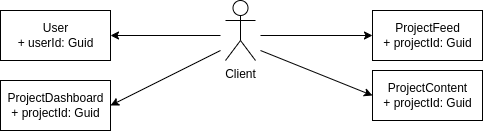
This is draw-io-files/ws-groups.png from RStolzlechner/bachelor-y-redux-socket, a draw.io export, as it was before one commit. Source tidied: cells renumbered, new cells last; positions are measured from the earlier drawing's top-left corner, leaving out a move shared by most shapes. Its diagram source:
```xml
<mxGraphModel>
  <root>
    <mxCell id="0" />
    <mxCell id="1" parent="0" />
    <mxCell id="2" style="edgeStyle=none;html=1;entryX=1;entryY=0.5;entryDx=0;entryDy=0;" parent="1" edge="1" target="6">
      <mxGeometry relative="1" as="geometry">
        <mxPoint x="220" y="35" as="sourcePoint" />
      </mxGeometry>
    </mxCell>
    <mxCell id="3" style="edgeStyle=none;html=1;entryX=1;entryY=0.5;entryDx=0;entryDy=0;" parent="1" edge="1" target="5">
      <mxGeometry relative="1" as="geometry">
        <mxPoint x="220" y="50" as="sourcePoint" />
      </mxGeometry>
    </mxCell>
    <mxCell id="4" value="Client" style="shape=umlActor;verticalLabelPosition=bottom;verticalAlign=top;html=1;" parent="1" vertex="1">
      <mxGeometry x="225" width="30" height="60" as="geometry" />
    </mxCell>
    <mxCell id="5" value="ProjectDashboard&lt;br&gt;+ projectId: Guid" style="html=1;" parent="1" vertex="1">
      <mxGeometry y="80" width="110" height="50" as="geometry" />
    </mxCell>
    <mxCell id="6" value="User&lt;br&gt;+ userId: Guid" style="html=1;" parent="1" vertex="1">
      <mxGeometry y="10" width="110" height="50" as="geometry" />
    </mxCell>
    <mxCell id="7" value="ProjectFeed&lt;br&gt;+ projectId: Guid" style="html=1;" parent="1" vertex="1">
      <mxGeometry x="372" y="10" width="110" height="50" as="geometry" />
    </mxCell>
    <mxCell id="8" value="ProjectContent&lt;br&gt;+ projectId: Guid" style="html=1;" parent="1" vertex="1">
      <mxGeometry x="372" y="70" width="110" height="50" as="geometry" />
    </mxCell>
    <mxCell id="9" style="edgeStyle=none;html=1;entryX=0;entryY=0.5;entryDx=0;entryDy=0;" parent="1" edge="1" target="7">
      <mxGeometry relative="1" as="geometry">
        <mxPoint x="260" y="35" as="sourcePoint" />
      </mxGeometry>
    </mxCell>
    <mxCell id="10" style="edgeStyle=none;html=1;entryX=0;entryY=0.5;entryDx=0;entryDy=0;" parent="1" edge="1" target="8">
      <mxGeometry relative="1" as="geometry">
        <mxPoint x="260" y="50" as="sourcePoint" />
      </mxGeometry>
    </mxCell>
  </root>
</mxGraphModel>
```
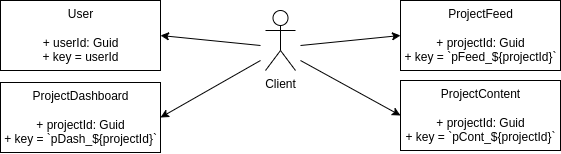
The same file after the commit.

The edit, as a diff of the source:
```diff
@@ -15,17 +15,17 @@
     <mxCell id="4" value="Client" style="shape=umlActor;verticalLabelPosition=bottom;verticalAlign=top;html=1;" parent="1" vertex="1">
       <mxGeometry x="225" width="30" height="60" as="geometry" />
     </mxCell>
-    <mxCell id="5" value="ProjectDashboard&lt;br&gt;+ projectId: Guid" style="html=1;" parent="1" vertex="1">
-      <mxGeometry y="80" width="110" height="50" as="geometry" />
+    <mxCell id="5" value="ProjectDashboard&lt;br&gt;&lt;br&gt;+ projectId: Guid&lt;br&gt;+ key = `pDash_${projectId}`" style="html=1;" parent="1" vertex="1">
+      <mxGeometry x="-40" y="72" width="160" height="70" as="geometry" />
     </mxCell>
-    <mxCell id="6" value="User&lt;br&gt;+ userId: Guid" style="html=1;" parent="1" vertex="1">
-      <mxGeometry y="10" width="110" height="50" as="geometry" />
+    <mxCell id="6" value="User&lt;br&gt;&lt;br&gt;+ userId: Guid&lt;br&gt;+ key = userId" style="html=1;" parent="1" vertex="1">
+      <mxGeometry x="-40" y="-10" width="160" height="70" as="geometry" />
     </mxCell>
-    <mxCell id="7" value="ProjectFeed&lt;br&gt;+ projectId: Guid" style="html=1;" parent="1" vertex="1">
-      <mxGeometry x="372" y="10" width="110" height="50" as="geometry" />
+    <mxCell id="7" value="ProjectFeed&lt;br&gt;&lt;br&gt;+ projectId: Guid&lt;br&gt;+ key = `pFeed_${projectId}`" style="html=1;" parent="1" vertex="1">
+      <mxGeometry x="360" y="-10" width="160" height="70" as="geometry" />
     </mxCell>
-    <mxCell id="8" value="ProjectContent&lt;br&gt;+ projectId: Guid" style="html=1;" parent="1" vertex="1">
-      <mxGeometry x="372" y="70" width="110" height="50" as="geometry" />
+    <mxCell id="8" value="ProjectContent&lt;br&gt;&lt;br&gt;+ projectId: Guid&lt;br&gt;+ key = `pCont_${projectId}`" style="html=1;" parent="1" vertex="1">
+      <mxGeometry x="360" y="70" width="160" height="70" as="geometry" />
     </mxCell>
     <mxCell id="9" style="edgeStyle=none;html=1;entryX=0;entryY=0.5;entryDx=0;entryDy=0;" parent="1" edge="1" target="7">
       <mxGeometry relative="1" as="geometry">
```
